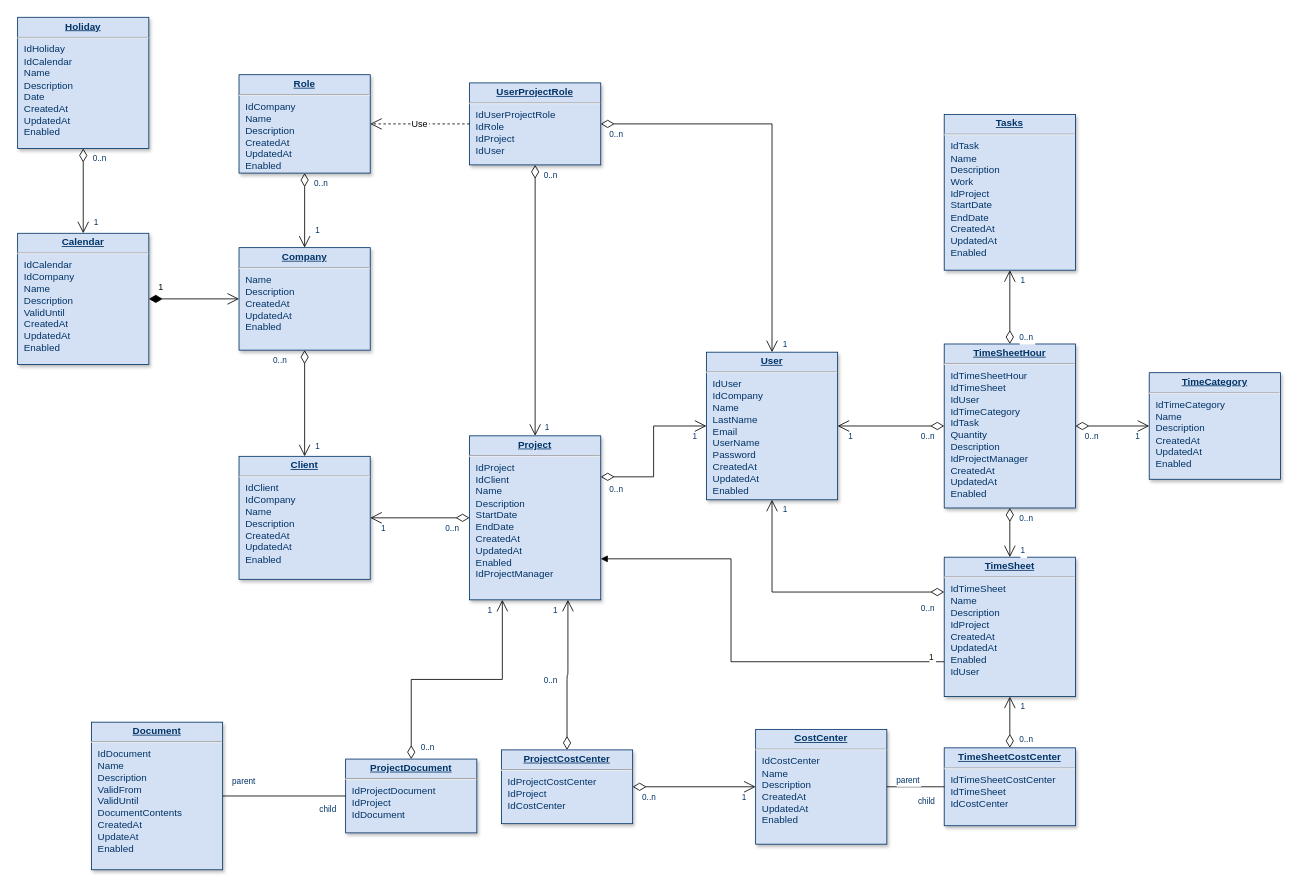
jyothsnagrace/6120 keeps this draw.io diagram as 234.drawio. Above is the earlier version. Source tidied: cells renumbered, new cells numbered last; positions are measured from the earlier drawing's top-left corner, leaving out a move shared by most shapes. Both pictures are drawn from the tidied source at 82%, with x=0, y=0 at pixel (17, 17).
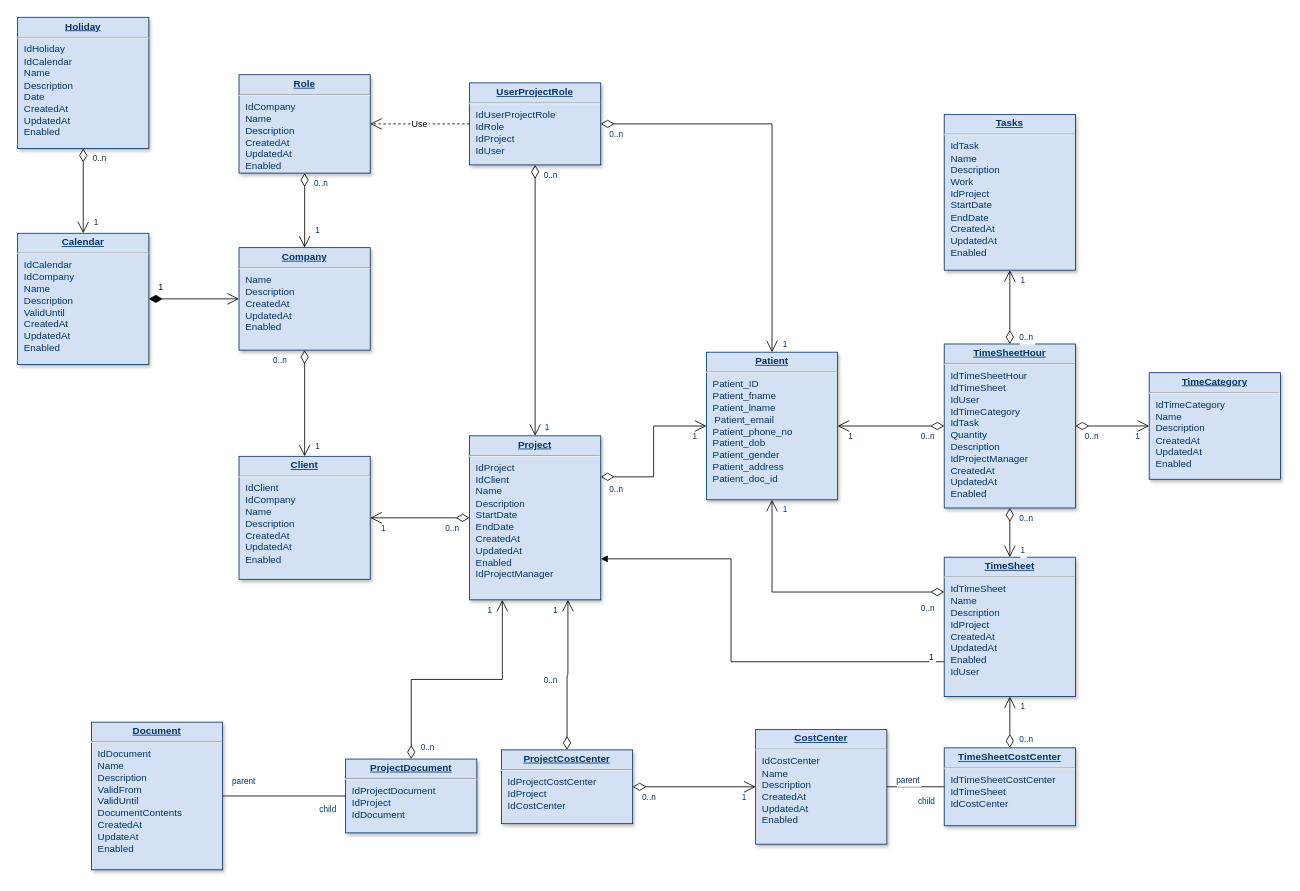
The same page after the edit.

Change to the diagram source:
```diff
@@
-    <mxCell id="5" value="&lt;p style=&quot;margin: 0px; margin-top: 4px; text-align: center; text-decoration: underline;&quot;&gt;&lt;strong&gt;User&lt;/strong&gt;&lt;/p&gt;&lt;hr /&gt;&lt;p style=&quot;margin: 0px; margin-left: 8px;&quot;&gt;IdUser&lt;/p&gt;&lt;p style=&quot;margin: 0px; margin-left: 8px;&quot;&gt;IdCompany&lt;/p&gt;&lt;p style=&quot;margin: 0px; margin-left: 8px;&quot;&gt;Name&lt;/p&gt;&lt;p style=&quot;margin: 0px; margin-left: 8px;&quot;&gt;LastName&lt;/p&gt;&lt;p style=&quot;margin: 0px; margin-left: 8px;&quot;&gt;Email&lt;/p&gt;&lt;p style=&quot;margin: 0px; margin-left: 8px;&quot;&gt;UserName&lt;/p&gt;&lt;p style=&quot;margin: 0px; margin-left: 8px;&quot;&gt;Password&lt;/p&gt;&lt;p style=&quot;margin: 0px; margin-left: 8px;&quot;&gt;CreatedAt&lt;/p&gt;&lt;p style=&quot;margin: 0px; margin-left: 8px;&quot;&gt;UpdatedAt&lt;/p&gt;&lt;p style=&quot;margin: 0px; margin-left: 8px;&quot;&gt;Enabled&lt;/p&gt;" style="verticalAlign=top;align=left;overflow=fill;fontSize=12;fontFamily=Helvetica;html=1;strokeColor=#003366;shadow=1;fillColor=#D4E1F5;fontColor=#003366;" parent="1" vertex="1">
+    <mxCell id="5" value="&lt;p style=&quot;margin: 0px; margin-top: 4px; text-align: center; text-decoration: underline;&quot;&gt;&lt;strong&gt;Patient&lt;/strong&gt;&lt;/p&gt;&lt;hr&gt;&lt;p style=&quot;margin: 0px; margin-left: 8px;&quot;&gt;Patient_ID&lt;/p&gt;&lt;p style=&quot;margin: 0px; margin-left: 8px;&quot;&gt;&lt;span style=&quot;background-color: initial;&quot;&gt;Patient_fname&lt;/span&gt;&lt;br&gt;&lt;/p&gt;&lt;p style=&quot;margin: 0px; margin-left: 8px;&quot;&gt;Patient_lname&lt;br&gt;&lt;/p&gt;&amp;nbsp; &amp;nbsp;Patient_e&lt;span style=&quot;background-color: initial;&quot;&gt;mail&lt;/span&gt;&lt;br&gt;&lt;p style=&quot;margin: 0px; margin-left: 8px;&quot;&gt;Patient_phone_no&lt;br&gt;&lt;/p&gt;&lt;p style=&quot;margin: 0px; margin-left: 8px;&quot;&gt;Patient_dob&lt;br&gt;&lt;/p&gt;&lt;p style=&quot;margin: 0px; margin-left: 8px;&quot;&gt;Patient_gender&lt;br&gt;&lt;/p&gt;&lt;p style=&quot;margin: 0px; margin-left: 8px;&quot;&gt;Patient_address&lt;br&gt;&lt;/p&gt;&lt;p style=&quot;margin: 0px; margin-left: 8px;&quot;&gt;Patient_doc_id&lt;br&gt;&lt;/p&gt;" style="verticalAlign=top;align=left;overflow=fill;fontSize=12;fontFamily=Helvetica;html=1;strokeColor=#003366;shadow=1;fillColor=#D4E1F5;fontColor=#003366;" parent="1" vertex="1">
       <mxGeometry x="840" y="408" width="160" height="180" as="geometry" />
     </mxCell>
```
